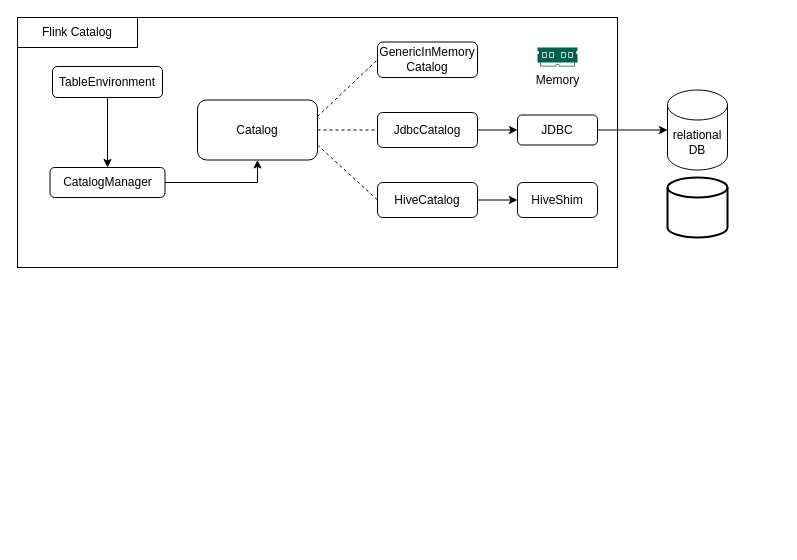
This is Flink Glue Architecture.drawio from leejianwei/aws-diagram, a draw.io file, before an edit. Source tidied: cells renumbered, new cells numbered last; positions are measured from the earlier drawing's top-left corner, leaving out a move shared by most shapes. Both pictures are drawn from the tidied source at 100%, with x=0, y=0 at pixel (17, 17).
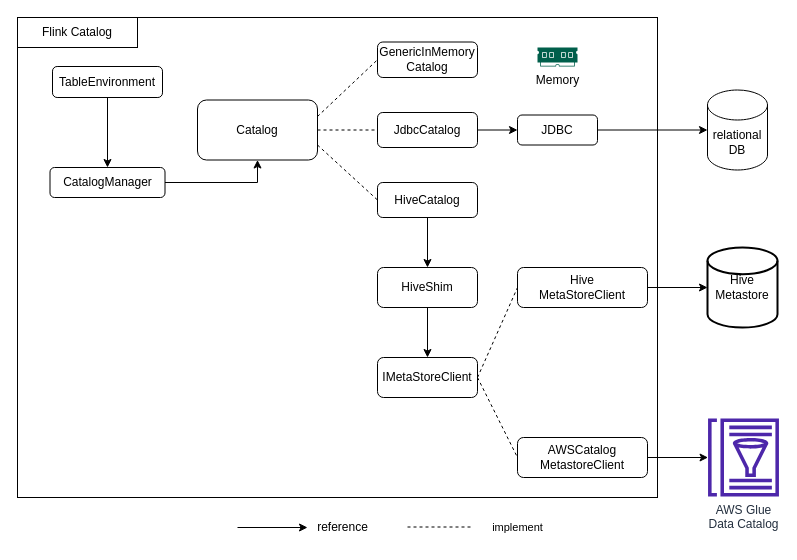
The same page after the edit.

Change to the diagram source:
```diff
@@
     <mxCell id="2" style="rounded=0;whiteSpace=wrap;html=1;align=left;" parent="1" vertex="1">
-      <mxGeometry width="600" height="250" as="geometry" />
+      <mxGeometry width="640" height="480" as="geometry" />
     </mxCell>
@@
     <mxCell id="15" value="relational DB" style="shape=cylinder3;whiteSpace=wrap;html=1;boundedLbl=1;backgroundOutline=1;size=15;fontColor=none;" parent="1" vertex="1">
-      <mxGeometry x="650" y="72.5" width="60" height="80" as="geometry" />
+      <mxGeometry x="690" y="72.5" width="60" height="80" as="geometry" />
     </mxCell>
+    <mxCell id="23" style="edgeStyle=orthogonalEdgeStyle;rounded=0;jettySize=auto;html=1;fontColor=none;" parent="1" edge="1" source="16" target="24">
+      <mxGeometry relative="1" as="geometry" />
+    </mxCell>
     <mxCell id="16" value="HiveShim" style="rounded=1;whiteSpace=wrap;html=1;fontColor=none;" parent="1" vertex="1">
-      <mxGeometry x="500" y="165" width="80" height="35" as="geometry" />
+      <mxGeometry x="360" y="250" width="100" height="40" as="geometry" />
     </mxCell>
@@
-    <mxCell id="22" style="strokeWidth=2;html=1;shape=mxgraph.flowchart.database;whiteSpace=wrap;fontColor=none;" parent="1" vertex="1">
-      <mxGeometry x="650" y="160" width="60" height="60" as="geometry" />
+    <mxCell id="22" value="Hive Metastore" style="strokeWidth=2;html=1;shape=mxgraph.flowchart.database;whiteSpace=wrap;fontColor=none;" parent="1" vertex="1">
+      <mxGeometry x="690" y="230" width="70" height="80" as="geometry" />
     </mxCell>
+    <mxCell id="24" value="IMetaStoreClient" style="rounded=1;whiteSpace=wrap;html=1;fontColor=none;" parent="1" vertex="1">
+      <mxGeometry x="360" y="340" width="100" height="40" as="geometry" />
+    </mxCell>
+    <mxCell id="25" style="edgeStyle=orthogonalEdgeStyle;rounded=0;jettySize=auto;html=1;fontColor=none;" parent="1" edge="1" source="26" target="31">
+      <mxGeometry relative="1" as="geometry" />
+    </mxCell>
+    <mxCell id="26" value="AWSCatalog&lt;br&gt;MetastoreClient" style="rounded=1;whiteSpace=wrap;html=1;fontColor=none;" parent="1" vertex="1">
+      <mxGeometry x="500" y="420" width="130" height="40" as="geometry" />
+    </mxCell>
+    <mxCell id="27" style="edgeStyle=orthogonalEdgeStyle;rounded=0;jettySize=auto;html=1;exitX=1;exitY=0.5;exitDx=0;exitDy=0;entryX=0;entryY=0.5;entryDx=0;entryDy=0;entryPerimeter=0;fontColor=none;" parent="1" edge="1" source="28" target="22">
+      <mxGeometry relative="1" as="geometry" />
+    </mxCell>
+    <mxCell id="28" value="Hive&lt;br&gt;MetaStoreClient" style="rounded=1;whiteSpace=wrap;html=1;fontColor=none;" parent="1" vertex="1">
+      <mxGeometry x="500" y="250" width="130" height="40" as="geometry" />
+    </mxCell>
+    <mxCell id="29" style="endArrow=none;dashed=1;html=1;rounded=0;fontColor=none;entryX=0;entryY=0.5;entryDx=0;entryDy=0;exitX=1;exitY=0.5;exitDx=0;exitDy=0;" parent="1" edge="1" source="24" target="28">
+      <mxGeometry relative="1" as="geometry" />
+    </mxCell>
+    <mxCell id="30" style="endArrow=none;dashed=1;html=1;rounded=0;fontColor=none;entryX=0;entryY=0.5;entryDx=0;entryDy=0;exitX=1;exitY=0.5;exitDx=0;exitDy=0;" parent="1" edge="1" source="24" target="26">
+      <mxGeometry relative="1" as="geometry" />
+    </mxCell>
+    <mxCell id="31" value="AWS Glue &lt;br&gt;Data Catalog" style="sketch=0;outlineConnect=0;fontColor=#232F3E;gradientColor=none;fillColor=#4D27AA;strokeColor=none;dashed=0;verticalLabelPosition=bottom;verticalAlign=top;align=center;html=1;fontSize=12;fontStyle=0;shape=mxgraph.aws4.glue_data_catalog;" parent="1" vertex="1">
+      <mxGeometry x="690" y="401" width="72" height="78" as="geometry" />
+    </mxCell>
+    <mxCell id="32" style="endArrow=classic;html=1;rounded=0;fontColor=none;" parent="1" edge="1">
+      <mxGeometry relative="1" as="geometry">
+        <mxPoint x="220" y="510" as="sourcePoint" />
+        <mxPoint x="290" y="510" as="targetPoint" />
+      </mxGeometry>
+    </mxCell>
+    <mxCell id="33" value="reference" style="text;html=1;align=center;verticalAlign=middle;strokeColor=none;fillColor=none;fontColor=none;" parent="1" vertex="1">
+      <mxGeometry x="290" y="495" width="70" height="30" as="geometry" />
+    </mxCell>
+    <mxCell id="34" value="implement" style="endArrow=none;dashed=1;html=1;rounded=0;fontColor=none;" parent="1" edge="1">
+      <mxGeometry x="1" y="45" relative="1" as="geometry">
+        <mxPoint x="390" y="509.5" as="sourcePoint" />
+        <mxPoint x="455" y="509.5" as="targetPoint" />
+        <mxPoint x="45" y="45" as="offset" />
+      </mxGeometry>
+    </mxCell>
```
